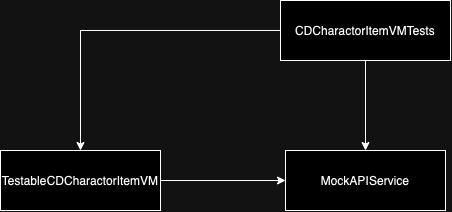
hiren9697/MavelSample keeps this draw.io diagram as MarvelSampleTests/Tests/ComicDetail/CDCharacterItemVM/CDCharacterItemVMTests.drawio.png. Above is the earlier version. Source tidied: cells renumbered, new cells last; positions are measured from the earlier drawing's top-left corner, leaving out a move shared by most shapes. The source it was exported from:
```xml
<mxGraphModel>
  <root>
    <mxCell id="0" />
    <mxCell id="1" parent="0" />
    <mxCell id="2" style="edgeStyle=orthogonalEdgeStyle;rounded=0;jettySize=auto;html=1;entryX=0.5;entryY=0;entryDx=0;entryDy=0;" parent="1" edge="1" source="4" target="6">
      <mxGeometry relative="1" as="geometry" />
    </mxCell>
    <mxCell id="3" style="edgeStyle=orthogonalEdgeStyle;rounded=0;jettySize=auto;html=1;entryX=0.5;entryY=0;entryDx=0;entryDy=0;" parent="1" edge="1" source="4" target="7">
      <mxGeometry relative="1" as="geometry" />
    </mxCell>
    <mxCell id="4" value="CDCharactorItemVMTests" style="rounded=0;whiteSpace=wrap;html=1;" parent="1" vertex="1">
      <mxGeometry x="280" width="170" height="60" as="geometry" />
    </mxCell>
    <mxCell id="5" style="edgeStyle=orthogonalEdgeStyle;rounded=0;jettySize=auto;html=1;entryX=0;entryY=0.5;entryDx=0;entryDy=0;" parent="1" edge="1" source="6" target="7">
      <mxGeometry relative="1" as="geometry" />
    </mxCell>
    <mxCell id="6" value="TestableCDCharactorItemVM" style="rounded=0;whiteSpace=wrap;html=1;" parent="1" vertex="1">
      <mxGeometry y="150" width="160" height="60" as="geometry" />
    </mxCell>
    <mxCell id="7" value="MockAPIService" style="rounded=0;whiteSpace=wrap;html=1;" parent="1" vertex="1">
      <mxGeometry x="285" y="150" width="160" height="60" as="geometry" />
    </mxCell>
  </root>
</mxGraphModel>
```
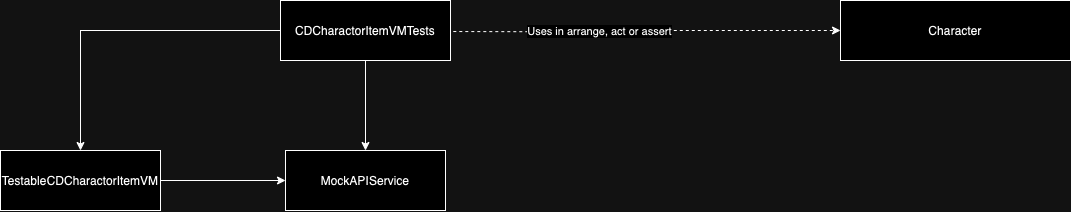
The same file after the commit.

Diff of the diagram source:
```diff
@@ -2,6 +2,17 @@
   <root>
     <mxCell id="0" />
     <mxCell id="1" parent="0" />
+    <mxCell id="8" style="edgeStyle=orthogonalEdgeStyle;rounded=0;jettySize=auto;html=1;entryX=0;entryY=0.5;entryDx=0;entryDy=0;dashed=1;exitX=1.02;exitY=0.184;exitDx=0;exitDy=0;exitPerimeter=0;" parent="1" edge="1" target="10">
+      <mxGeometry relative="1" as="geometry">
+        <mxPoint x="452.8" y="31" as="sourcePoint" />
+      </mxGeometry>
+    </mxCell>
+    <mxCell id="9" value="Uses in arrange, act or assert" style="edgeLabel;html=1;align=center;verticalAlign=middle;" parent="8" vertex="1">
+      <mxGeometry x="-0.25" y="1" relative="1" as="geometry" />
+    </mxCell>
+    <mxCell id="10" value="Character" style="rounded=0;whiteSpace=wrap;html=1;" parent="1" vertex="1">
+      <mxGeometry x="840" width="230" height="60" as="geometry" />
+    </mxCell>
     <mxCell id="2" style="edgeStyle=orthogonalEdgeStyle;rounded=0;jettySize=auto;html=1;entryX=0.5;entryY=0;entryDx=0;entryDy=0;" parent="1" edge="1" source="4" target="6">
       <mxGeometry relative="1" as="geometry" />
     </mxCell>
```
